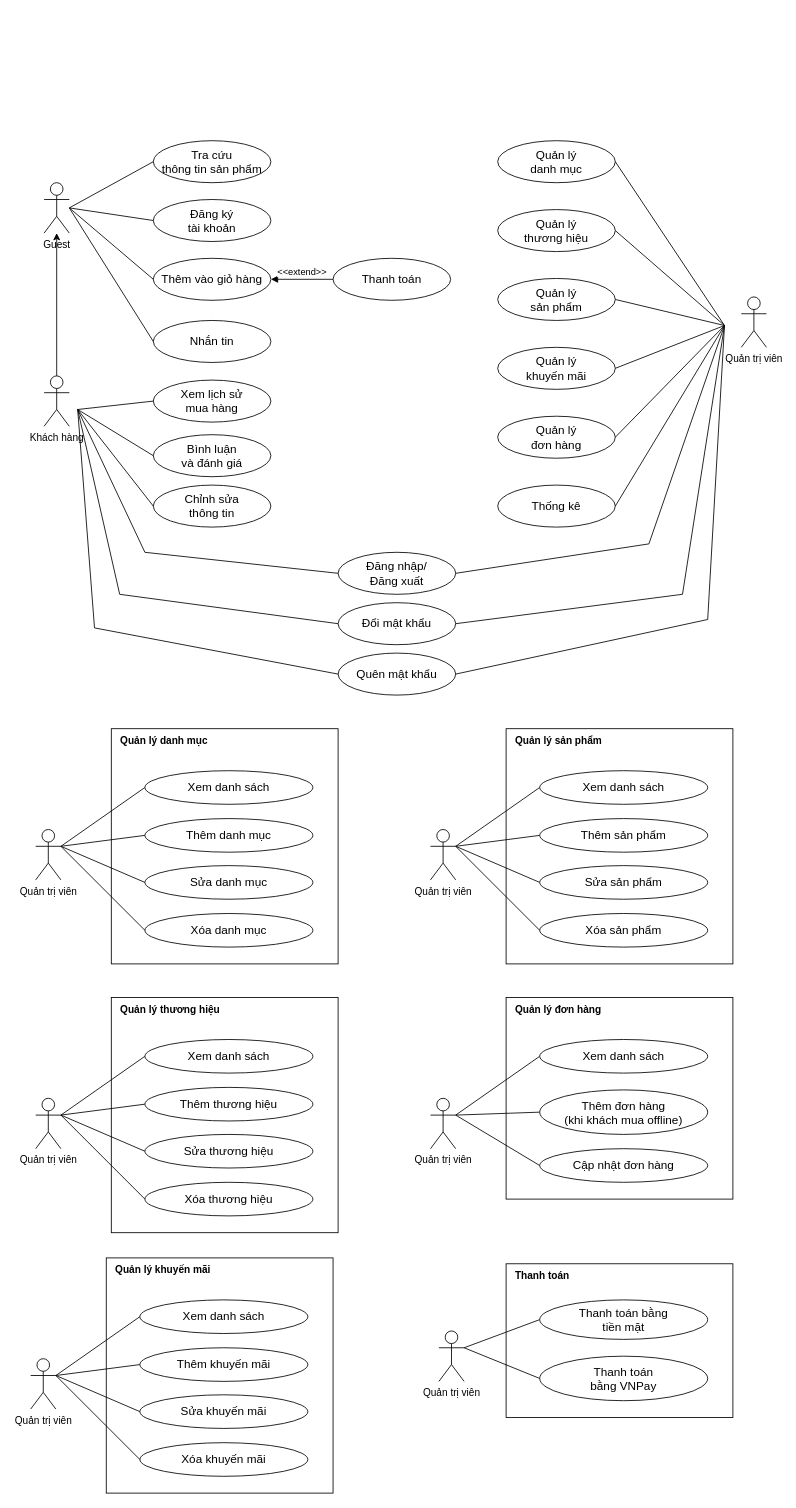
quockhanhtn/mern-ecommerce keeps this draw.io diagram as docs/01_vi_Usecase_new.drawio. Above is the earlier version. Source tidied: cells renumbered, new cells numbered last; positions are measured from the earlier drawing's top-left corner, leaving out a move shared by most shapes. Both pictures are drawn from the tidied source at 84%, with x=0, y=0 at pixel (30, 140).
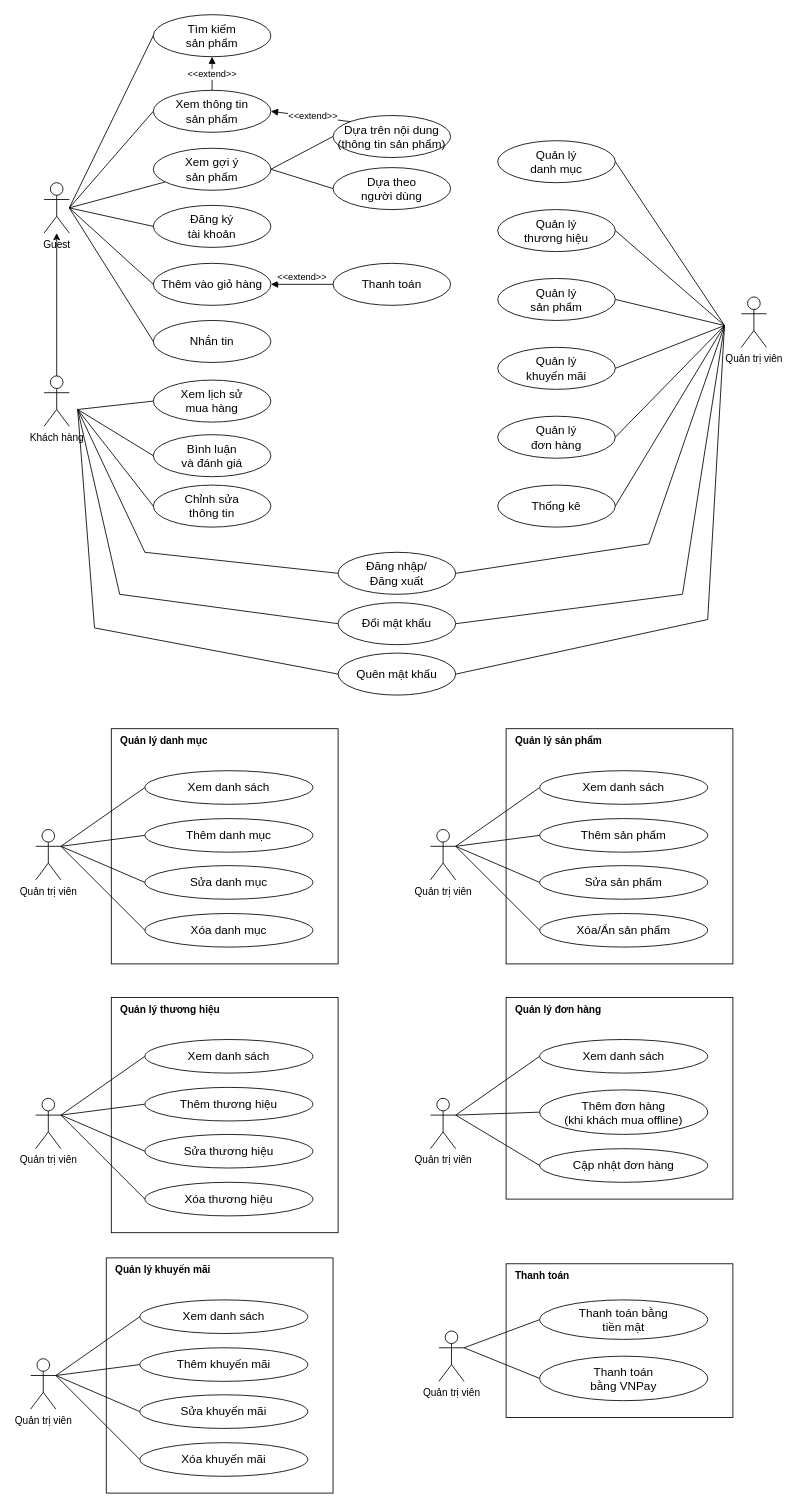
The same page after the edit.

Change to the diagram source:
```diff
@@
-    <mxCell id="3" value="Tra cứu&lt;br style=&quot;font-size: 14px;&quot;&gt;thông tin sản phẩm" style="ellipse;whiteSpace=wrap;html=1;fontSize=14;" parent="1" vertex="1">
-      <mxGeometry x="146" width="140" height="50" as="geometry" />
+    <mxCell id="3" value="Tìm kiếm&lt;br style=&quot;font-size: 14px&quot;&gt;sản phẩm" style="ellipse;whiteSpace=wrap;html=1;fontSize=14;" parent="1" vertex="1">
+      <mxGeometry x="146" y="-150" width="140" height="50" as="geometry" />
     </mxCell>
@@
     <mxCell id="8" value="Đăng ký&lt;br&gt;tài khoản" style="ellipse;whiteSpace=wrap;html=1;fontSize=14;" parent="1" vertex="1">
-      <mxGeometry x="146" y="70" width="140" height="50" as="geometry" />
+      <mxGeometry x="146" y="77" width="140" height="50" as="geometry" />
     </mxCell>
@@
     <mxCell id="12" value="Thêm vào giỏ hàng" style="ellipse;whiteSpace=wrap;html=1;fontSize=14;" parent="1" vertex="1">
-      <mxGeometry x="146" y="140" width="140" height="50" as="geometry" />
+      <mxGeometry x="146" y="146" width="140" height="50" as="geometry" />
     </mxCell>
@@
     <mxCell id="21" value="Thanh toán" style="ellipse;whiteSpace=wrap;html=1;fontSize=14;" parent="1" vertex="1">
-      <mxGeometry x="360" y="140" width="140" height="50" as="geometry" />
+      <mxGeometry x="360" y="146" width="140" height="50" as="geometry" />
     </mxCell>
@@
-    <mxCell id="69" value="Xóa sản phẩm" style="ellipse;whiteSpace=wrap;html=1;fontSize=14;" parent="1" vertex="1">
+    <mxCell id="69" value="Xóa/Ẩn sản phẩm" style="ellipse;whiteSpace=wrap;html=1;fontSize=14;" parent="1" vertex="1">
       <mxGeometry x="606" y="920" width="200" height="40" as="geometry" />
     </mxCell>
@@
+    <mxCell id="103" style="rounded=0;jettySize=auto;html=1;endArrow=none;endFill=0;exitX=0;exitY=0.5;exitDx=0;exitDy=0;" parent="1" edge="1" source="104">
+      <mxGeometry relative="1" as="geometry">
+        <mxPoint x="46" y="80" as="targetPoint" />
+      </mxGeometry>
+    </mxCell>
+    <mxCell id="104" value="Xem thông tin &lt;br&gt;sản phẩm" style="ellipse;whiteSpace=wrap;html=1;fontSize=14;" parent="1" vertex="1">
+      <mxGeometry x="146" y="-60" width="140" height="50" as="geometry" />
+    </mxCell>
+    <mxCell id="105" style="edgeStyle=none;rounded=0;jettySize=auto;html=1;endArrow=none;endFill=0;" parent="1" edge="1" source="108">
+      <mxGeometry relative="1" as="geometry">
+        <mxPoint x="46" y="80" as="targetPoint" />
+      </mxGeometry>
+    </mxCell>
+    <mxCell id="106" style="edgeStyle=none;rounded=0;jettySize=auto;html=1;entryX=0;entryY=0.5;entryDx=0;entryDy=0;endArrow=none;endFill=0;exitX=1;exitY=0.5;exitDx=0;exitDy=0;" parent="1" edge="1" source="108" target="110">
+      <mxGeometry relative="1" as="geometry" />
+    </mxCell>
+    <mxCell id="107" style="edgeStyle=none;rounded=0;jettySize=auto;html=1;entryX=0;entryY=0.5;entryDx=0;entryDy=0;endArrow=none;endFill=0;exitX=1;exitY=0.5;exitDx=0;exitDy=0;" parent="1" edge="1" source="108" target="111">
+      <mxGeometry relative="1" as="geometry" />
+    </mxCell>
+    <mxCell id="108" value="Xem gợi ý &lt;br&gt;sản phẩm" style="ellipse;whiteSpace=wrap;html=1;fontSize=14;" parent="1" vertex="1">
+      <mxGeometry x="146" y="9" width="140" height="50" as="geometry" />
+    </mxCell>
+    <mxCell id="109" value="&amp;lt;&amp;lt;extend&amp;gt;&amp;gt;" style="html=1;verticalAlign=bottom;endArrow=block;entryX=0.5;entryY=1;entryDx=0;entryDy=0;exitX=0.5;exitY=0;exitDx=0;exitDy=0;" parent="1" edge="1" source="104" target="3">
+      <mxGeometry x="-0.5" relative="1" as="geometry" />
+    </mxCell>
+    <mxCell id="110" value="Dựa trên nội dung&lt;br&gt;(thông tin sản phẩm)" style="ellipse;whiteSpace=wrap;html=1;fontSize=14;" parent="1" vertex="1">
+      <mxGeometry x="360" y="-30" width="140" height="50" as="geometry" />
+    </mxCell>
+    <mxCell id="111" value="Dựa theo &lt;br&gt;người dùng" style="ellipse;whiteSpace=wrap;html=1;fontSize=14;" parent="1" vertex="1">
+      <mxGeometry x="360" y="32" width="140" height="50" as="geometry" />
+    </mxCell>
+    <mxCell id="112" value="&amp;lt;&amp;lt;extend&amp;gt;&amp;gt;" style="html=1;verticalAlign=bottom;endArrow=block;entryX=1;entryY=0.5;entryDx=0;entryDy=0;exitX=0;exitY=0;exitDx=0;exitDy=0;" parent="1" edge="1" source="110" target="104">
+      <mxGeometry x="-0.08" y="8" relative="1" as="geometry" />
+    </mxCell>
```
